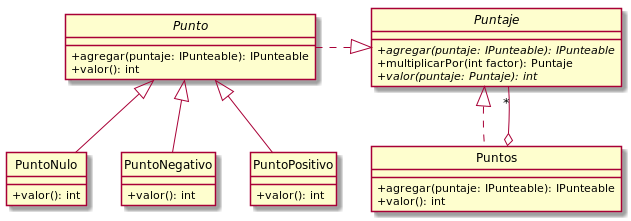
Above: src/main/java/edu/fiuba/algo3/Diagramas/png/DC/Puntaje.png in Alex1161/TP2 (PlantUML), before the change.
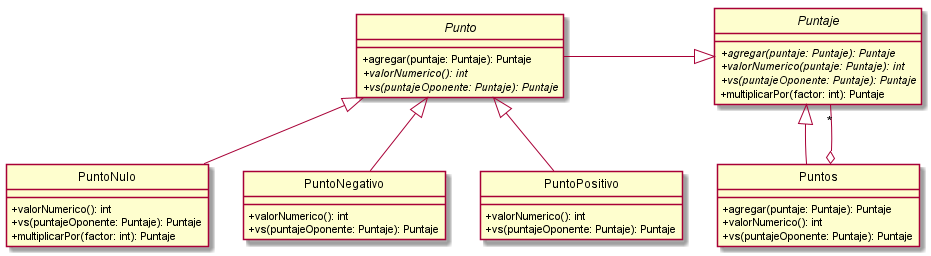
Above is the later version.

What changed in the source:
```diff
@@ -3,37 +3,44 @@
 skinparam classAttributeIconSize 0
 
 abstract Puntaje{
-    +{abstract}agregar(puntaje: IPunteable): IPunteable
-    +multiplicarPor(int factor): Puntaje
-    +{abstract}valor(puntaje: Puntaje): int
+    +{abstract}agregar(puntaje: Puntaje): Puntaje
+    +{abstract}valorNumerico(puntaje: Puntaje): int
+    +{abstract}vs(puntajeOponente: Puntaje): Puntaje
+    +multiplicarPor(factor: int): Puntaje
 }
 
 Class Puntos{
-    +agregar(puntaje: IPunteable): IPunteable
-    +valor(): int
+    +agregar(puntaje: Puntaje): Puntaje
+    +valorNumerico(): int
+    +vs(puntajeOponente: Puntaje): Puntaje
 }
 
 Abstract Class Punto{
-    +agregar(puntaje: IPunteable): IPunteable
-    +valor(): int
+    +agregar(puntaje: Puntaje): Puntaje
+    +{abstract}valorNumerico(): int
+    +{abstract}vs(puntajeOponente: Puntaje): Puntaje
 }
 
 Class PuntoNulo{
-    +valor(): int
+    +valorNumerico(): int
+    +vs(puntajeOponente: Puntaje): Puntaje
+    +multiplicarPor(factor: int): Puntaje
 }
 
 Class PuntoNegativo{
-    +valor(): int
+    +valorNumerico(): int
+    +vs(puntajeOponente: Puntaje): Puntaje
 }
 
 Class PuntoPositivo{
-    +valor(): int
+    +valorNumerico(): int
+    +vs(puntajeOponente: Puntaje): Puntaje
 }
 
 PuntoNegativo -up-|> Punto
 PuntoNulo -up-|> Punto
 PuntoPositivo -up-|> Punto
-Puntos .up.|> Puntaje
+Puntos -up-|> Puntaje
 Puntos o-up- "*" Puntaje
-Punto .right.|> Puntaje
+Punto -right-|> Puntaje
 @enduml
```
